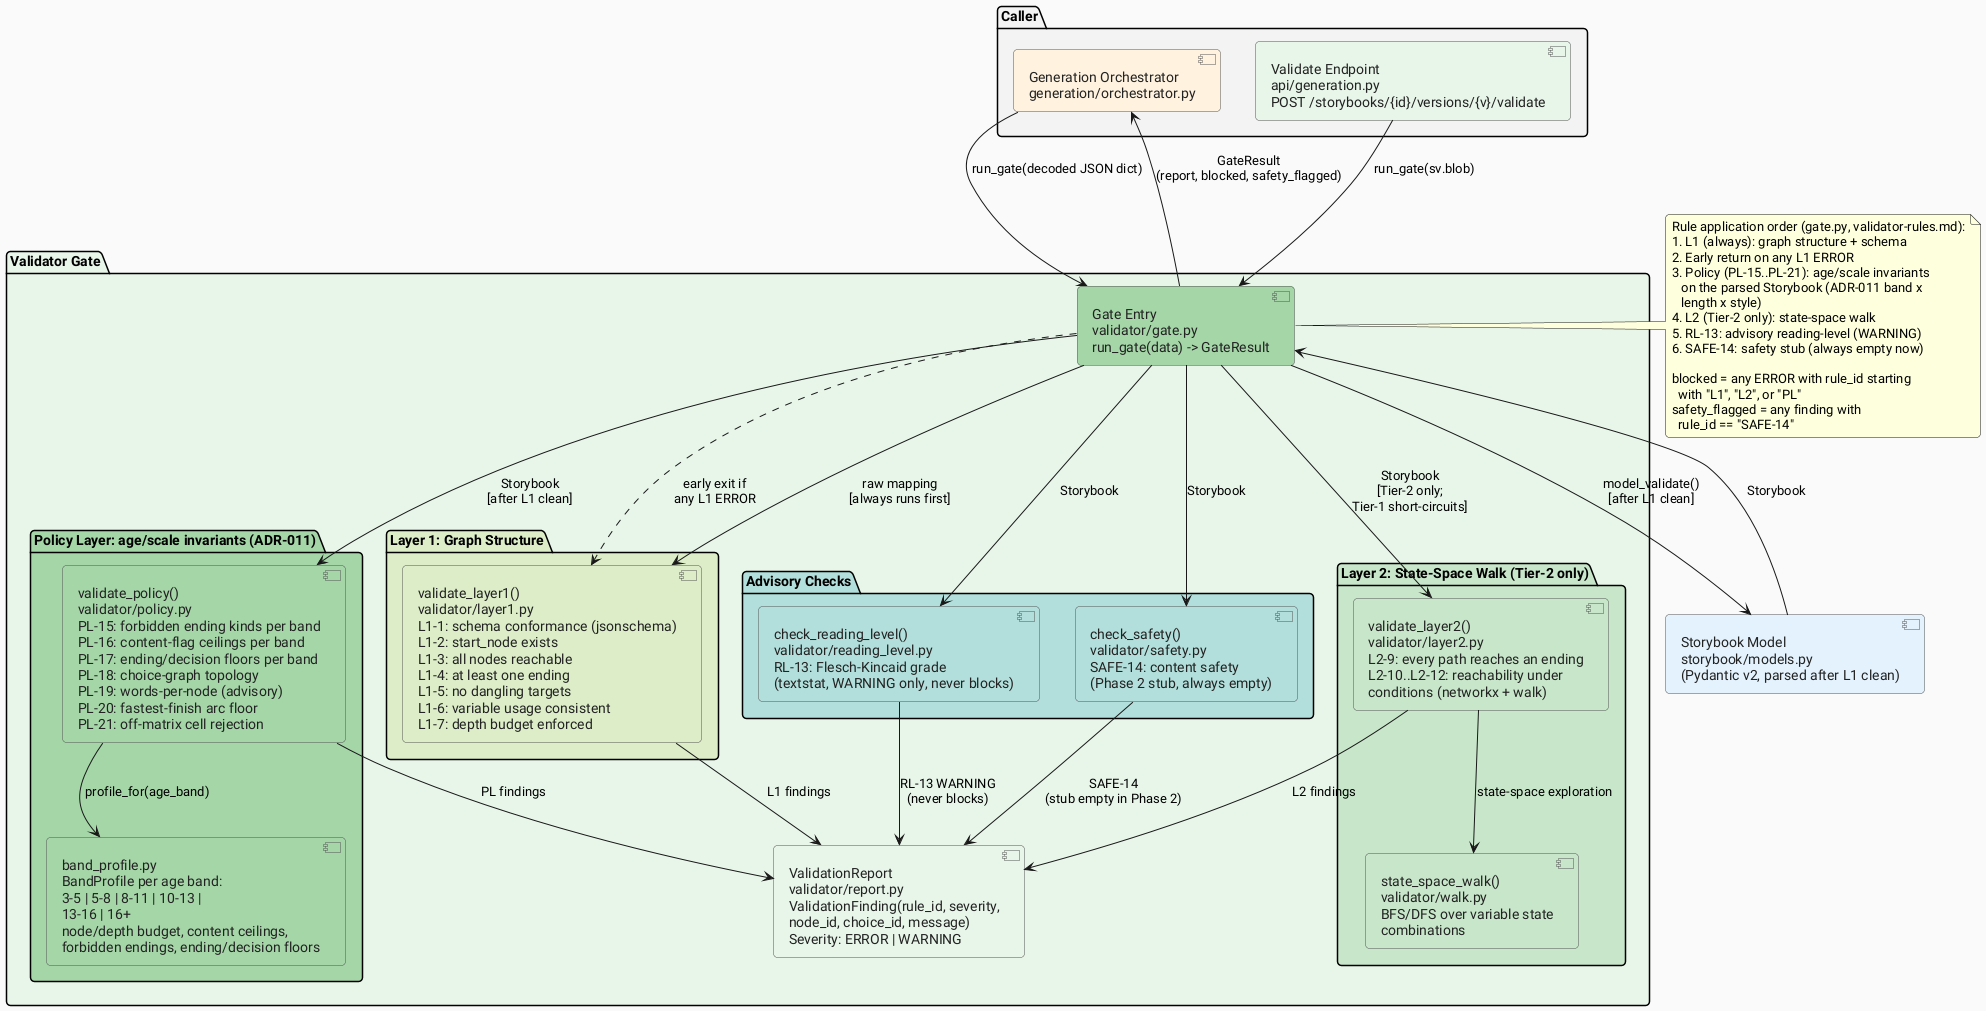
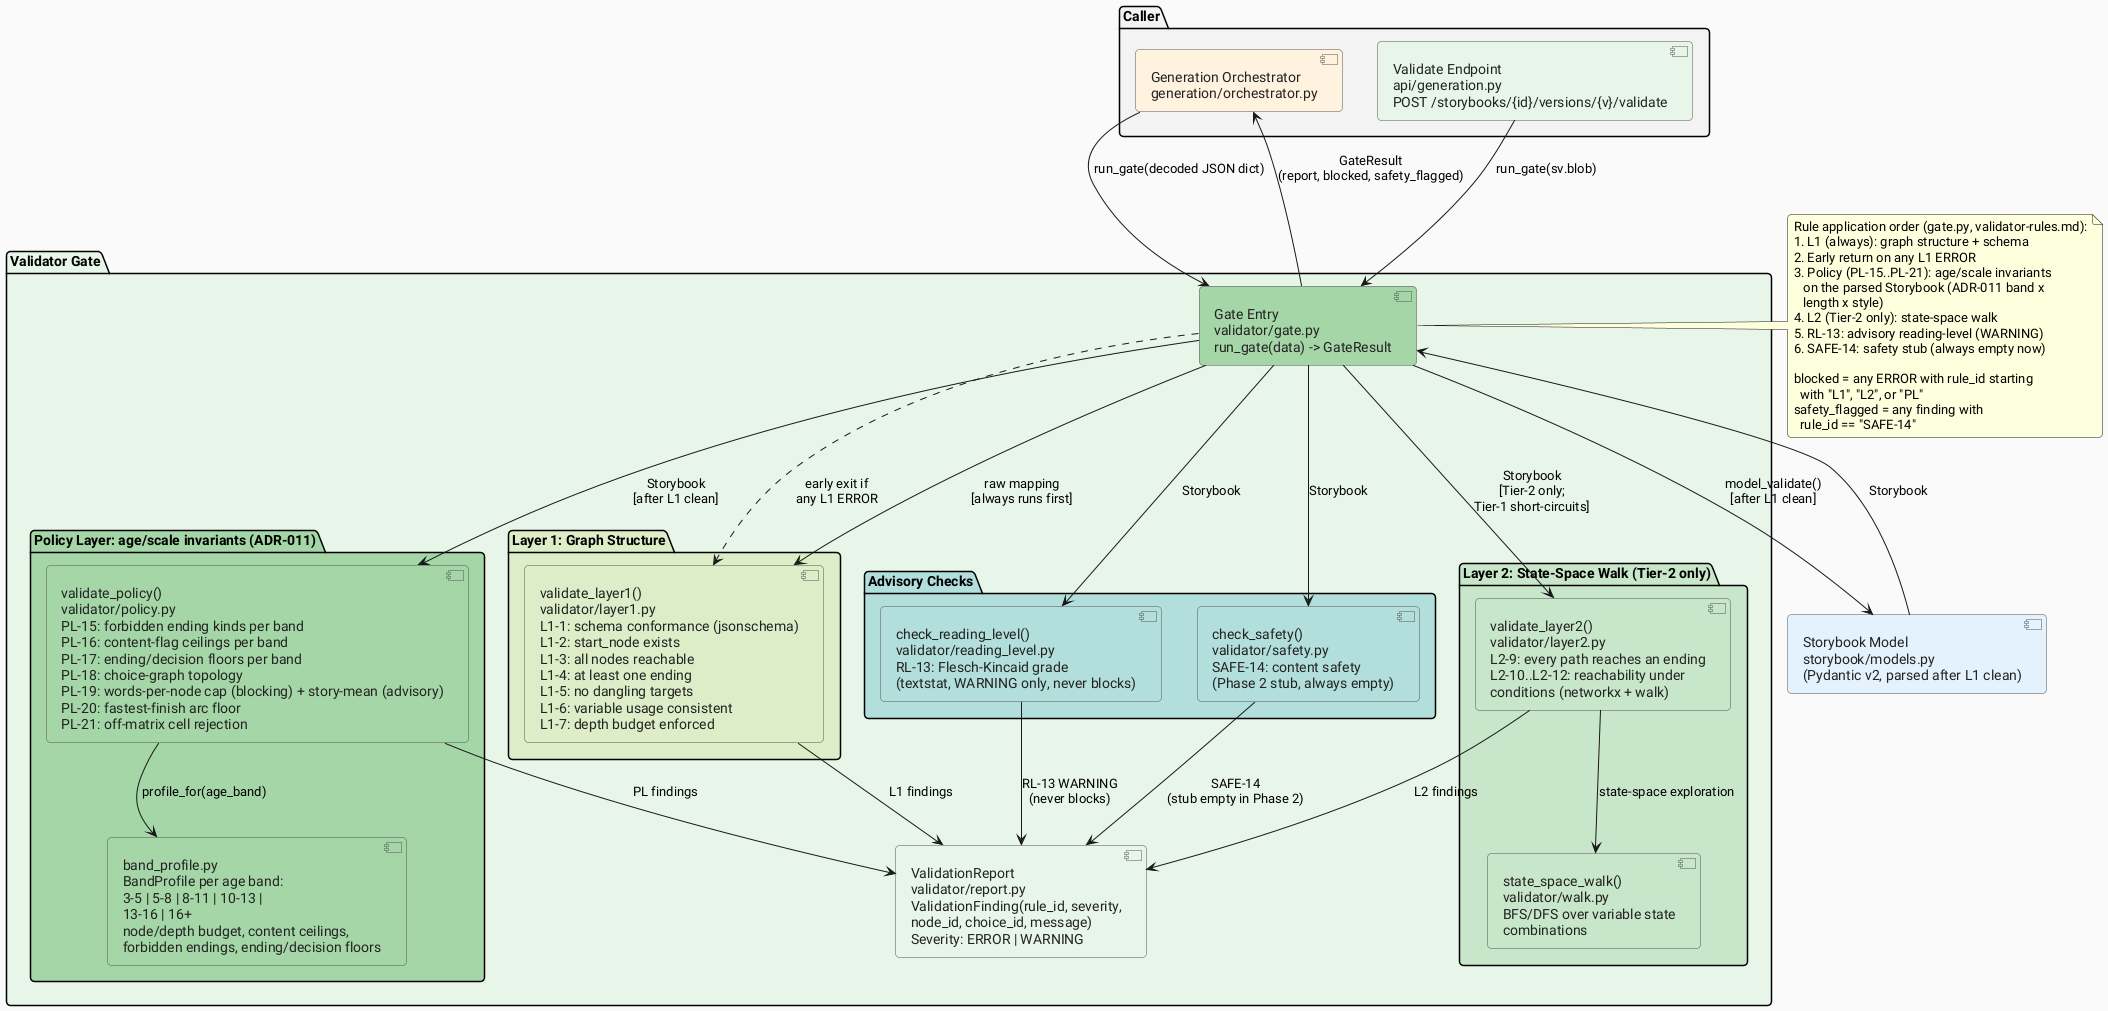
@startuml component-validator
' ============================================================
' Component Diagram: Validator Gate
' CYO Adventure
'
' Source files:
'   src/cyo_adventure/validator/gate.py          (run_gate, GateResult)
'   src/cyo_adventure/validator/layer1.py        (L1-1..L1-7 graph rules)
'   src/cyo_adventure/validator/policy.py        (PL-15..PL-21 age/scale policy)
'   src/cyo_adventure/validator/band_profile.py  (BandProfile per age band,
'                                                  six bands: 3-5, 5-8, 8-11,
'                                                  10-13, 13-16, 16+)
'   src/cyo_adventure/validator/layer2.py        (L2-9..L2-12 state-space)
'   src/cyo_adventure/validator/reading_level.py (RL-13, advisory)
'   src/cyo_adventure/validator/safety.py        (SAFE-14, Phase 2 stub)
'   src/cyo_adventure/validator/walk.py          (state-space walk)
'   src/cyo_adventure/validator/report.py        (ValidationReport, Finding, Severity)
'   docs/planning/validator-rules.md
'   docs/planning/adr/adr-011-story-scale-framework.md (band x length x style)
' ============================================================

skinparam defaultFontName "Roboto"
skinparam backgroundColor #FAFAFA
skinparam roundCorner 8
skinparam componentStyle uml2

skinparam component {
  BorderColor #555555
  FontColor #222222
}

package "Validator Gate" #E8F5E9 {

  component "Gate Entry\nvalidator/gate.py\nrun_gate(data) -> GateResult" as gate #A5D6A7

  package "Layer 1: Graph Structure" #DCEDC8 {
    component "validate_layer1()\nvalidator/layer1.py\nL1-1: schema conformance (jsonschema)\nL1-2: start_node exists\nL1-3: all nodes reachable\nL1-4: at least one ending\nL1-5: no dangling targets\nL1-6: variable usage consistent\nL1-7: depth budget enforced" as layer1 #DCEDC8
  }

  package "Policy Layer: age/scale invariants (ADR-011)" #A5D6A7 {
-     component "validate_policy()\nvalidator/policy.py\nPL-15: forbidden ending kinds per band\nPL-16: content-flag ceilings per band\nPL-17: ending/decision floors per band\nPL-18: choice-graph topology\nPL-19: words-per-node (advisory)\nPL-20: fastest-finish arc floor\nPL-21: off-matrix cell rejection" as policy #A5D6A7
+     component "validate_policy()\nvalidator/policy.py\nPL-15: forbidden ending kinds per band\nPL-16: content-flag ceilings per band\nPL-17: ending/decision floors per band\nPL-18: choice-graph topology\nPL-19: words-per-node cap (blocking) + story-mean (advisory)\nPL-20: fastest-finish arc floor\nPL-21: off-matrix cell rejection" as policy #A5D6A7

    component "band_profile.py\nBandProfile per age band:\n3-5 | 5-8 | 8-11 | 10-13 |\n13-16 | 16+\nnode/depth budget, content ceilings,\nforbidden endings, ending/decision floors" as band_profile #A5D6A7
  }

  package "Layer 2: State-Space Walk (Tier-2 only)" #C8E6C9 {
    component "validate_layer2()\nvalidator/layer2.py\nL2-9: every path reaches an ending\nL2-10..L2-12: reachability under\nconditions (networkx + walk)" as layer2 #C8E6C9
    component "state_space_walk()\nvalidator/walk.py\nBFS/DFS over variable state\ncombinations" as walk_comp #C8E6C9
  }

  package "Advisory Checks" #B2DFDB {
    component "check_reading_level()\nvalidator/reading_level.py\nRL-13: Flesch-Kincaid grade\n(textstat, WARNING only, never blocks)" as reading_level #B2DFDB

    component "check_safety()\nvalidator/safety.py\nSAFE-14: content safety\n(Phase 2 stub, always empty)" as safety #B2DFDB
  }

  component "ValidationReport\nvalidator/report.py\nValidationFinding(rule_id, severity,\nnode_id, choice_id, message)\nSeverity: ERROR | WARNING" as report #E8F5E9

}

package "Caller" #F3F3F3 {
  component "Generation Orchestrator\ngeneration/orchestrator.py" as orch_caller #FFF3E0
  component "Validate Endpoint\napi/generation.py\nPOST /storybooks/{id}/versions/{v}/validate" as api_caller #E8F5E9
}

component "Storybook Model\nstorybook/models.py\n(Pydantic v2, parsed after L1 clean)" as storybook_model #E3F2FD

' --- Relationships ---
orch_caller --> gate : "run_gate(decoded JSON dict)"
api_caller --> gate : "run_gate(sv.blob)"

gate --> layer1 : "raw mapping\n[always runs first]"
layer1 --> report : "L1 findings"
gate ..> layer1 : "early exit if\nany L1 ERROR"
gate --> storybook_model : "model_validate()\n[after L1 clean]"
storybook_model --> gate : "Storybook"
gate --> policy : "Storybook\n[after L1 clean]"
policy --> band_profile : "profile_for(age_band)"
policy --> report : "PL findings"
gate --> layer2 : "Storybook\n[Tier-2 only;\nTier-1 short-circuits]"
layer2 --> walk_comp : "state-space exploration"
layer2 --> report : "L2 findings"
gate --> reading_level : "Storybook"
reading_level --> report : "RL-13 WARNING\n(never blocks)"
gate --> safety : "Storybook"
safety --> report : "SAFE-14\n(stub empty in Phase 2)"

gate --> orch_caller : "GateResult\n(report, blocked, safety_flagged)"

note right of gate
  Rule application order (gate.py, validator-rules.md):
  1. L1 (always): graph structure + schema
  2. Early return on any L1 ERROR
  3. Policy (PL-15..PL-21): age/scale invariants
     on the parsed Storybook (ADR-011 band x
     length x style)
  4. L2 (Tier-2 only): state-space walk
  5. RL-13: advisory reading-level (WARNING)
  6. SAFE-14: safety stub (always empty now)

  blocked = any ERROR with rule_id starting
    with "L1", "L2", or "PL"
  safety_flagged = any finding with
    rule_id == "SAFE-14"
end note

@enduml
